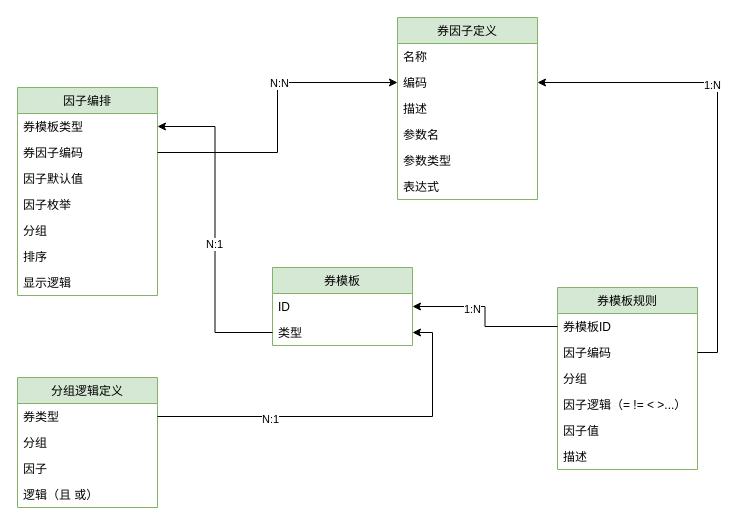
Above: page "Page-1" (1 of 2) of 券因子定义.drawio in gjie1991/draw (draw.io), before the change. Source tidied: cells renumbered, new cells numbered last; positions are measured from the earlier drawing's top-left corner, leaving out a move shared by most shapes. Both pictures are drawn from the tidied source at 100%, with x=0, y=0 at pixel (17, 17).
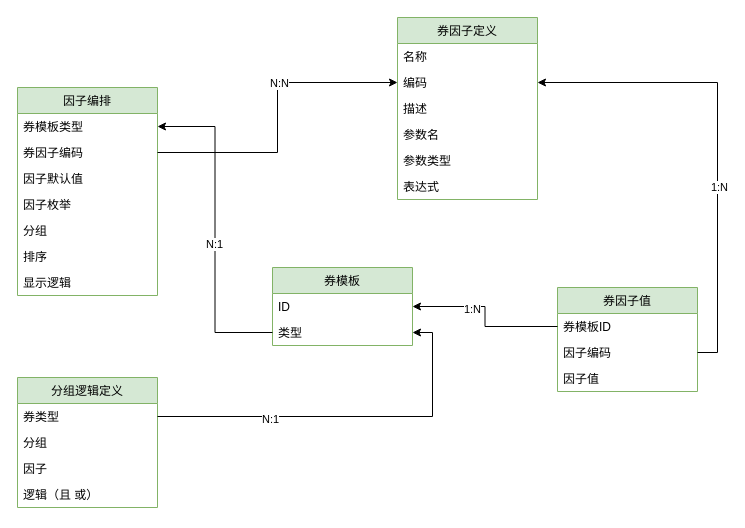
After the change.

Commit message:
更新券因子定义.drawio

The change refers to these unchanged cells:
```xml
<mxCell id="16" style="edgeStyle=orthogonalEdgeStyle;rounded=0;jettySize=auto;html=1;exitX=1;exitY=0.5;exitDx=0;exitDy=0;" parent="1" edge="1" source="11" target="4">
  <mxGeometry relative="1" as="geometry" />
</mxCell>
```

Diff of the diagram source:
```diff
@@
-    <mxCell id="9" value="券模板规则" style="swimlane;fontStyle=0;horizontal=1;startSize=26;fillColor=#d5e8d4;strokeColor=#82b366;" parent="1" vertex="1">
-      <mxGeometry x="540" y="270" width="140" height="182" as="geometry" />
+    <mxCell id="9" value="券因子值" style="swimlane;fontStyle=0;horizontal=1;startSize=26;fillColor=#d5e8d4;strokeColor=#82b366;" parent="1" vertex="1">
+      <mxGeometry x="540" y="270" width="140" height="104" as="geometry" />
     </mxCell>
@@
-    <mxCell id="12" value="分组" style="text;strokeColor=none;fillColor=none;align=left;verticalAlign=top;spacingLeft=4;spacingRight=4;overflow=hidden;" parent="9" vertex="1">
-      <mxGeometry y="78" width="140" height="26" as="geometry" />
-    </mxCell>
-    <mxCell id="13" value="因子逻辑（= != &lt; &gt;...）" style="text;strokeColor=none;fillColor=none;align=left;verticalAlign=top;spacingLeft=4;spacingRight=4;overflow=hidden;" parent="9" vertex="1">
-      <mxGeometry y="104" width="140" height="26" as="geometry" />
-    </mxCell>
     <mxCell id="14" value="因子值" style="text;strokeColor=none;fillColor=none;align=left;verticalAlign=top;spacingLeft=4;spacingRight=4;overflow=hidden;" parent="9" vertex="1">
-      <mxGeometry y="130" width="140" height="26" as="geometry" />
+      <mxGeometry y="78" width="140" height="26" as="geometry" />
     </mxCell>
-    <mxCell id="15" value="描述" style="text;strokeColor=none;fillColor=none;align=left;verticalAlign=top;spacingLeft=4;spacingRight=4;overflow=hidden;" parent="9" vertex="1">
-      <mxGeometry y="156" width="140" height="26" as="geometry" />
-    </mxCell>
@@
     <mxCell id="17" value="1:N" style="edgeLabel;html=1;align=center;verticalAlign=middle;" parent="16" vertex="1">
-      <mxGeometry x="0.26" y="2" relative="1" as="geometry" />
+      <mxGeometry x="0.26" y="2" relative="1" as="geometry">
+        <mxPoint x="7" y="102" as="offset" />
+      </mxGeometry>
     </mxCell>
```
